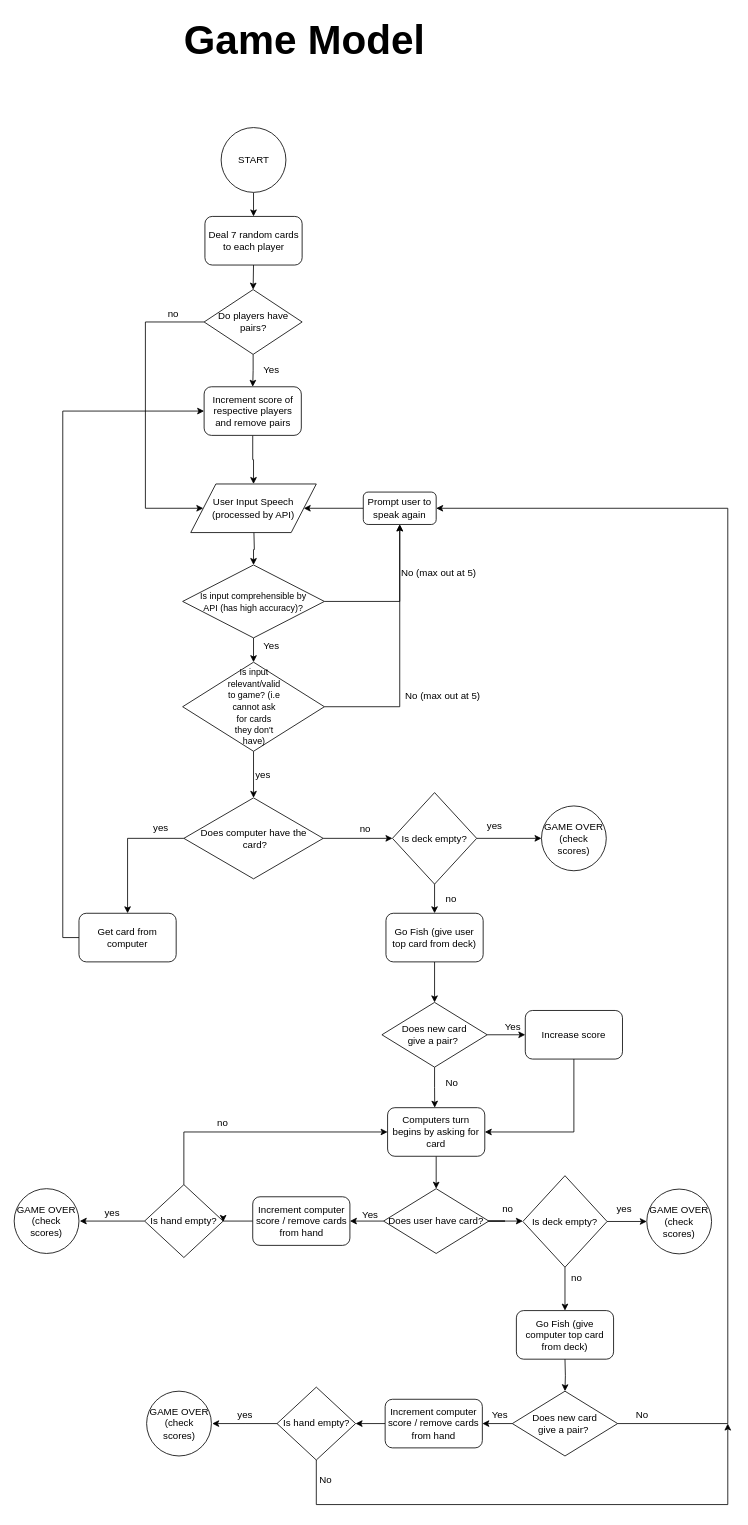
Earlier version of the draw.io diagram Go Fish Game Flow.drawio (isobonja/CS-321-Project). Source tidied: cells renumbered, new cells numbered last; positions are measured from the earlier drawing's top-left corner, leaving out a move shared by most shapes. Both pictures are drawn from the tidied source at 81%, with x=0, y=0 at pixel (14, 14).
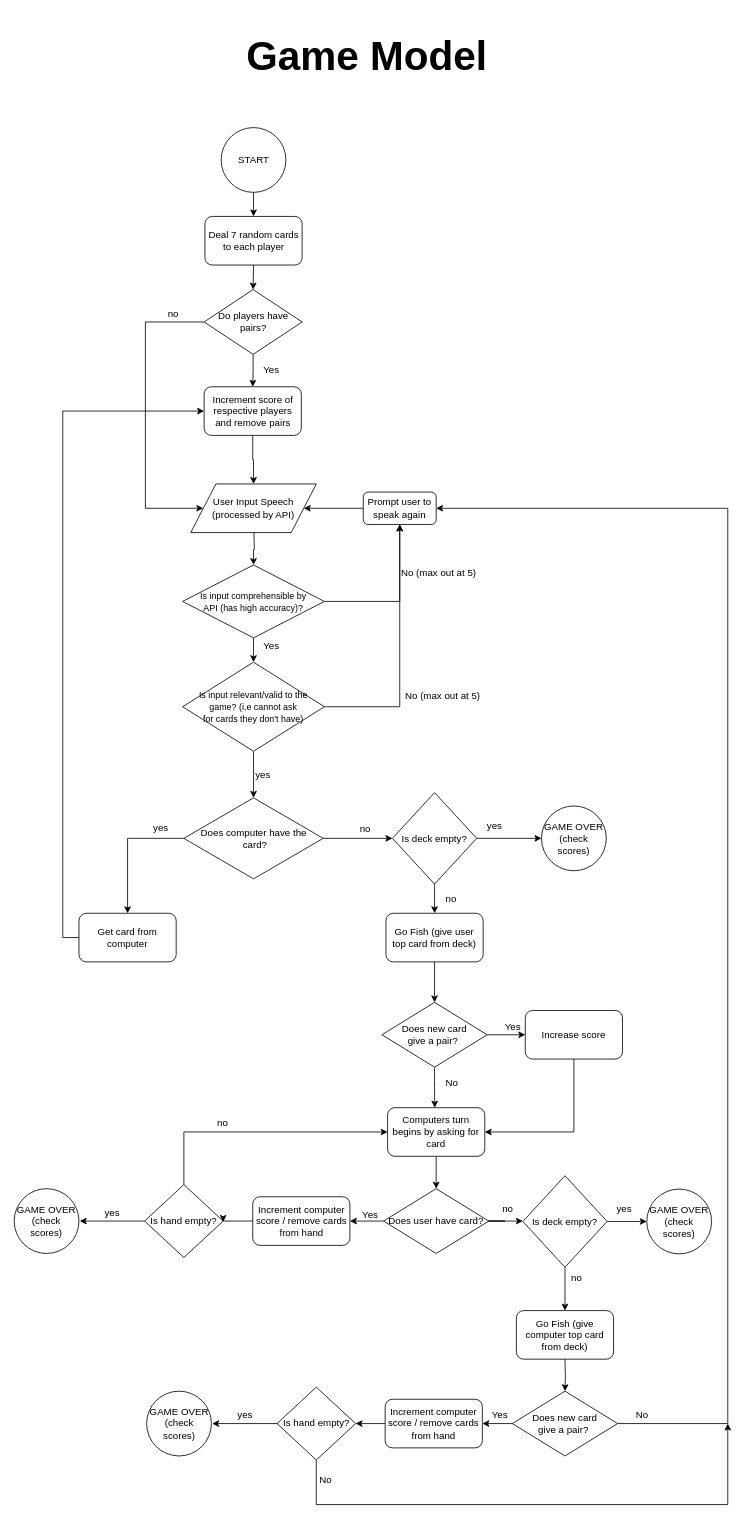
The same diagram, later.

What changed in the source:
```diff
@@
-    <mxCell id="12" value="&lt;font style=&quot;font-size: 11px&quot;&gt;&lt;br&gt;&lt;/font&gt;" style="rhombus;whiteSpace=wrap;html=1;" parent="1" vertex="1">
+    <mxCell id="12" value="&lt;font style=&quot;font-size: 11px&quot;&gt;Is input relevant/valid to the&lt;br&gt;game? (i.e cannot ask&lt;br&gt;for cards they don't have)&lt;br&gt;&lt;/font&gt;" style="rhombus;whiteSpace=wrap;html=1;" parent="1" vertex="1">
       <mxGeometry x="208" y="800" width="175" height="110" as="geometry" />
     </mxCell>
@@
-    <mxCell id="14" value="&lt;span style=&quot;font-size: 11px ; white-space: normal&quot;&gt;Is input relevant/valid to game? (i.e cannot ask for cards they don't have)&lt;br&gt;&lt;/span&gt;" style="text;html=1;align=center;verticalAlign=middle;fillColor=none;strokeColor=none;rounded=0;" parent="1" vertex="1">
-      <mxGeometry x="111" y="845" width="370" height="20" as="geometry" />
-    </mxCell>
@@
     <mxCell id="86" value="&lt;b&gt;&lt;font style=&quot;font-size: 50px&quot;&gt;Game Model&lt;/font&gt;&lt;/b&gt;" style="text;html=1;align=left;verticalAlign=top;spacingTop=-4;" parent="1" vertex="1">
-      <mxGeometry x="208" width="310" height="30" as="geometry" />
+      <mxGeometry x="285" y="19" width="310" height="30" as="geometry" />
     </mxCell>
```
